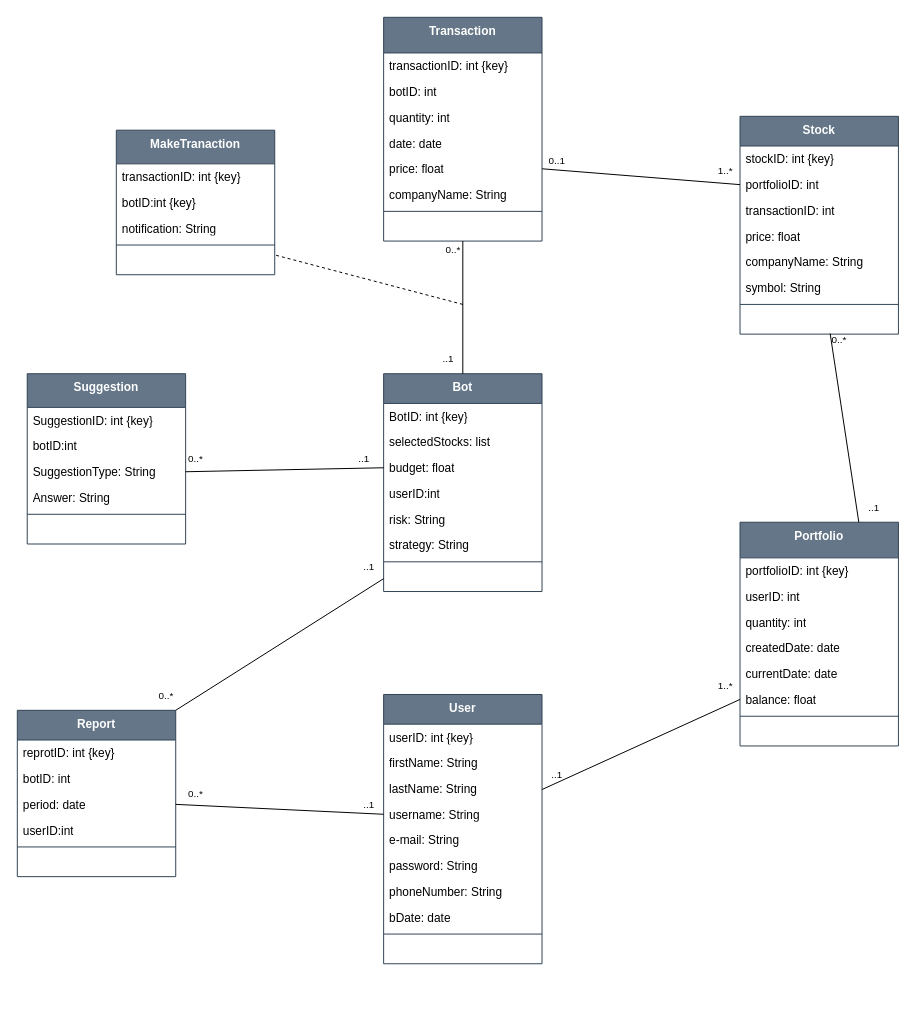
Abdulmohsen23/IS498 keeps this draw.io diagram as Diagrams/DOMAIN CLASS DIAGRAM.drawio. Above is the earlier version. Source tidied: cells renumbered, new cells numbered last; positions are measured from the earlier drawing's top-left corner, leaving out a move shared by most shapes. Both pictures are drawn from the tidied source at 99%, with x=0, y=0 at pixel (17, 17).
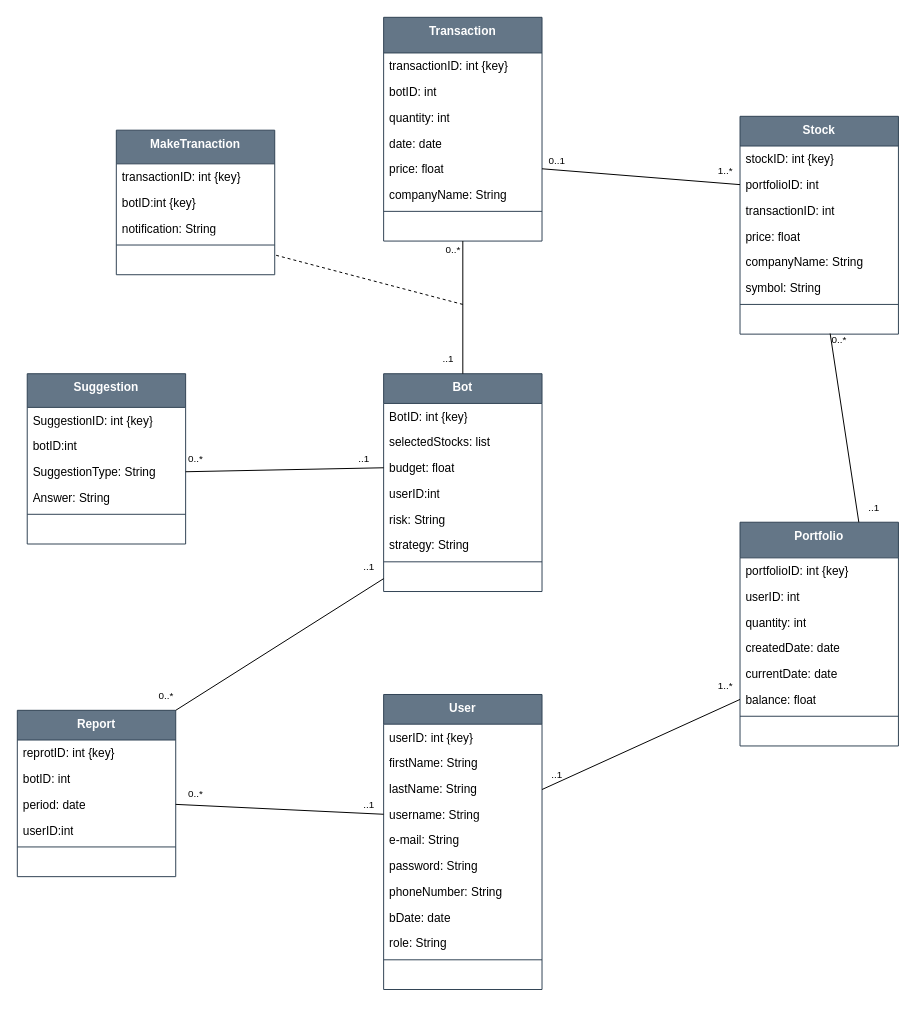
Above is the later version.

Diff of the diagram source:
```diff
@@
     <mxCell id="2" value="&lt;div&gt;User&lt;br&gt;&lt;/div&gt;" style="swimlane;fontStyle=1;align=center;verticalAlign=top;horizontal=1;startSize=30;whiteSpace=wrap;html=1;fillColor=#647687;strokeColor=#314354;fontColor=#ffffff;" parent="1" vertex="1">
-      <mxGeometry x="370" y="684" width="160" height="272" as="geometry" />
+      <mxGeometry x="370" y="684" width="160" height="298" as="geometry" />
     </mxCell>
@@
+    <mxCell id="91" value="role: String" style="text;strokeColor=none;fillColor=none;align=left;verticalAlign=top;spacingLeft=4;spacingRight=4;overflow=hidden;whiteSpace=wrap;html=1;" parent="2" vertex="1">
+      <mxGeometry y="238" width="160" height="26" as="geometry" />
+    </mxCell>
     <mxCell id="11" style="line;strokeWidth=1;fillColor=none;align=left;verticalAlign=middle;spacingTop=-1;spacingLeft=3;spacingRight=3;labelPosition=right;strokeColor=inherit;" parent="2" vertex="1">
-      <mxGeometry y="238" width="160" height="8" as="geometry" />
+      <mxGeometry y="264" width="160" height="8" as="geometry" />
     </mxCell>
     <mxCell id="12" value="&lt;div&gt;&amp;nbsp;&amp;nbsp;&amp;nbsp;&amp;nbsp;&amp;nbsp;&amp;nbsp;&amp;nbsp;&amp;nbsp;&amp;nbsp;&amp;nbsp;&amp;nbsp;&amp;nbsp;&amp;nbsp;&amp;nbsp;&amp;nbsp;&amp;nbsp;&amp;nbsp;&amp;nbsp;&amp;nbsp;&amp;nbsp;&amp;nbsp;&amp;nbsp;&amp;nbsp;&amp;nbsp;&amp;nbsp;&amp;nbsp;&amp;nbsp;&amp;nbsp;&amp;nbsp;&amp;nbsp;&amp;nbsp;&amp;nbsp;&amp;nbsp;&amp;nbsp;&amp;nbsp;&amp;nbsp;&amp;nbsp;&amp;nbsp;&amp;nbsp;&amp;nbsp;&amp;nbsp;&amp;nbsp;&amp;nbsp;&amp;nbsp;&amp;nbsp; &lt;br&gt;&lt;/div&gt;" style="text;strokeColor=none;fillColor=none;align=left;verticalAlign=top;spacingLeft=4;spacingRight=4;overflow=hidden;whiteSpace=wrap;html=1;" parent="2" vertex="1">
-      <mxGeometry y="246" width="160" height="26" as="geometry" />
+      <mxGeometry y="272" width="160" height="26" as="geometry" />
     </mxCell>
```
